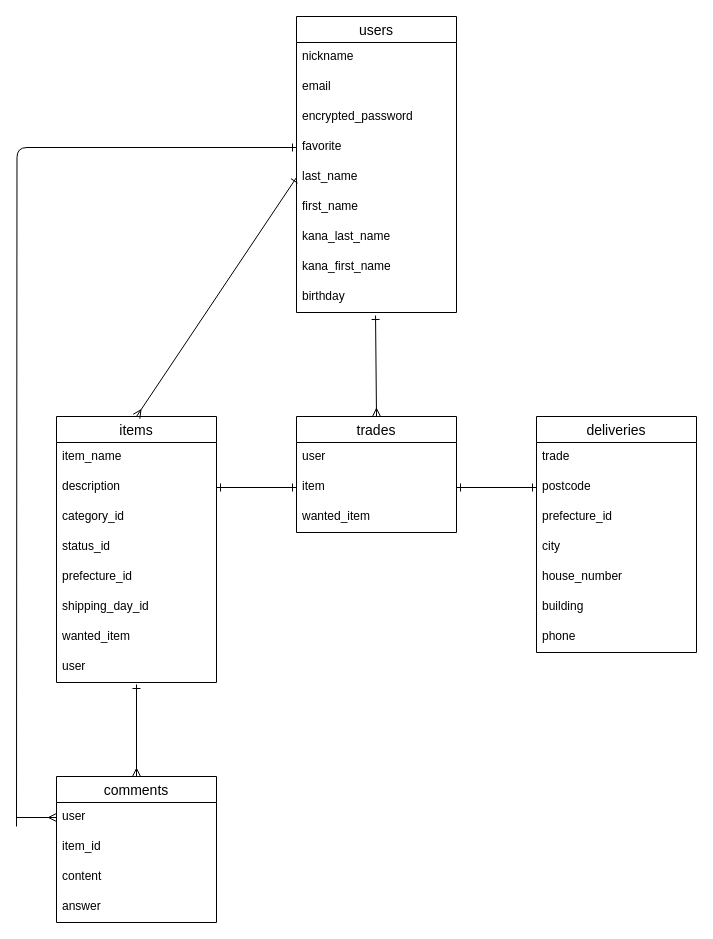
The draw.io diagram happy_trade.dio in umeskayame/happytrade, before the edit. Source tidied: cells renumbered, new cells numbered last; positions are measured from the earlier drawing's top-left corner, leaving out a move shared by most shapes. Both pictures are drawn from the tidied source at 100%, with x=0, y=0 at pixel (16, 16).
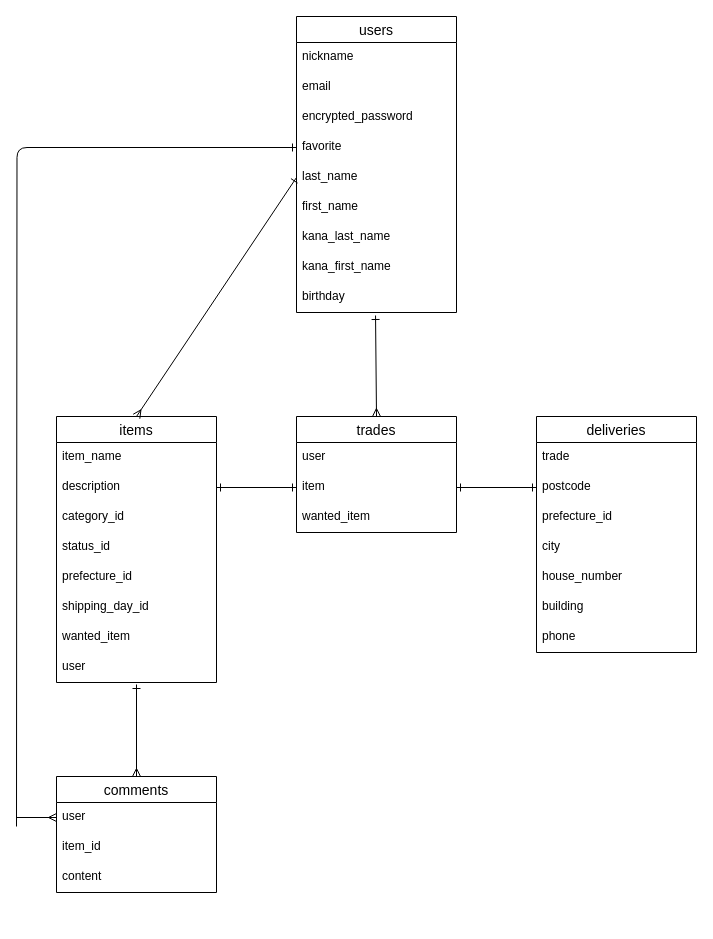
After the change.

Commit message (it also covers changes not shown here):
コメントの条件分岐設置（仮）

What changed in the source:
```diff
@@
     <mxCell id="38" value="comments" style="swimlane;fontStyle=0;horizontal=1;startSize=26;align=center;fontSize=14;" parent="1" vertex="1">
-      <mxGeometry x="40" y="760" width="160" height="146" as="geometry" />
+      <mxGeometry x="40" y="760" width="160" height="116" as="geometry" />
     </mxCell>
@@
-    <mxCell id="42" value="answer" style="text;strokeColor=none;fillColor=none;spacingLeft=4;spacingRight=4;overflow=hidden;fontSize=12;" parent="38" vertex="1">
-      <mxGeometry y="116" width="160" height="30" as="geometry" />
-    </mxCell>
```
